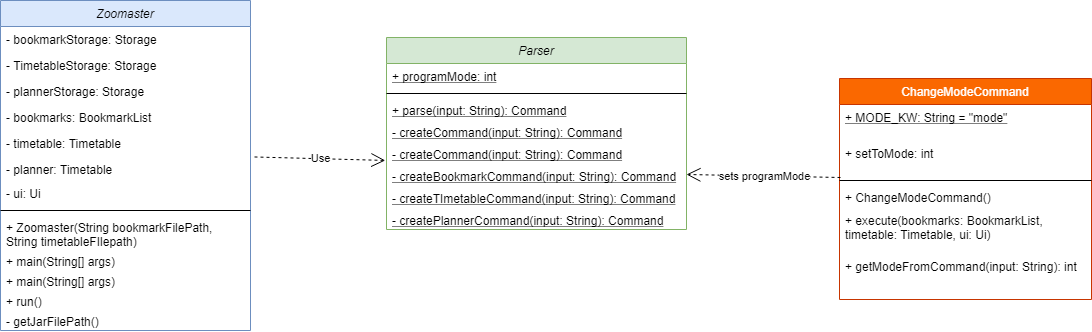
Earlier version of the draw.io export docs/diagrams/parser class diagram.png (nus-cs2113-AY2021S1/tp). Source tidied: cells renumbered, new cells last; positions are measured from the earlier drawing's top-left corner, leaving out a move shared by most shapes.
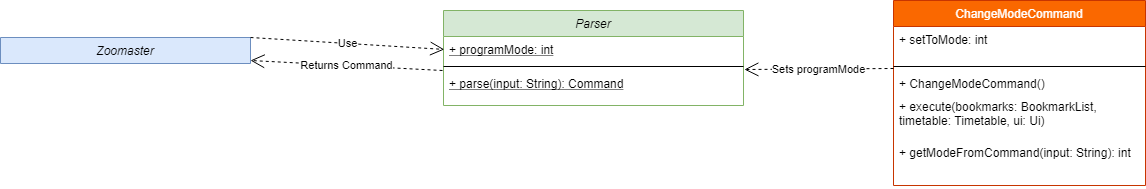
After the change.

Commit message:
Signed-off-by: tys <tanyushing@outlook.sg>

Change to the diagram source:
```diff
@@ -3,49 +3,10 @@
     <mxCell id="0" />
     <mxCell id="1" parent="0" />
     <mxCell id="2" value="Zoomaster" style="swimlane;fontStyle=2;align=center;verticalAlign=top;horizontal=1;startSize=26;rounded=0;shadow=0;strokeWidth=1;fillColor=#dae8fc;strokeColor=#6c8ebf;" parent="1" vertex="1">
-      <mxGeometry width="250" height="330" as="geometry" />
+      <mxGeometry x="-59" y="148" width="250" height="26" as="geometry" />
     </mxCell>
-    <mxCell id="3" value="- bookmarkStorage: Storage" style="text;align=left;verticalAlign=top;spacingLeft=4;spacingRight=4;overflow=hidden;" parent="2" vertex="1">
-      <mxGeometry y="26" width="250" height="26" as="geometry" />
-    </mxCell>
-    <mxCell id="4" value="- TimetableStorage: Storage" style="text;align=left;verticalAlign=top;spacingLeft=4;spacingRight=4;overflow=hidden;rounded=0;shadow=0;html=0;" parent="2" vertex="1">
-      <mxGeometry y="52" width="250" height="26" as="geometry" />
-    </mxCell>
-    <mxCell id="5" value="- plannerStorage: Storage" style="text;align=left;verticalAlign=top;spacingLeft=4;spacingRight=4;overflow=hidden;rounded=0;shadow=0;html=0;" parent="2" vertex="1">
-      <mxGeometry y="78" width="250" height="26" as="geometry" />
-    </mxCell>
-    <mxCell id="6" value="- bookmarks: BookmarkList" style="text;align=left;verticalAlign=top;spacingLeft=4;spacingRight=4;overflow=hidden;rounded=0;shadow=0;html=0;" parent="2" vertex="1">
-      <mxGeometry y="104" width="250" height="26" as="geometry" />
-    </mxCell>
-    <mxCell id="7" value="- timetable: Timetable" style="text;align=left;verticalAlign=top;spacingLeft=4;spacingRight=4;overflow=hidden;rounded=0;shadow=0;html=0;" parent="2" vertex="1">
-      <mxGeometry y="130" width="250" height="26" as="geometry" />
-    </mxCell>
-    <mxCell id="8" value="- planner: Timetable" style="text;align=left;verticalAlign=top;spacingLeft=4;spacingRight=4;overflow=hidden;points=[[0,0.5],[1,0.5]];portConstraint=eastwest;rounded=0;shadow=0;html=0;" parent="2" vertex="1">
-      <mxGeometry y="156" width="250" height="24" as="geometry" />
-    </mxCell>
-    <mxCell id="9" value="- ui: Ui" style="text;align=left;verticalAlign=top;spacingLeft=4;spacingRight=4;overflow=hidden;rounded=0;shadow=0;html=0;" parent="2" vertex="1">
-      <mxGeometry y="180" width="250" height="26" as="geometry" />
-    </mxCell>
-    <mxCell id="10" style="line;html=1;strokeWidth=1;align=left;verticalAlign=middle;spacingTop=-1;spacingLeft=3;spacingRight=3;labelPosition=right;" parent="2" vertex="1">
-      <mxGeometry y="206" width="250" height="8" as="geometry" />
-    </mxCell>
-    <mxCell id="11" value="+ Zoomaster(String bookmarkFilePath, &#10;String timetableFIlepath)" style="text;align=left;verticalAlign=top;spacingLeft=4;spacingRight=4;overflow=hidden;" parent="2" vertex="1">
-      <mxGeometry y="214" width="250" height="34" as="geometry" />
-    </mxCell>
-    <mxCell id="12" value="+ main(String[] args)" style="text;align=left;verticalAlign=top;spacingLeft=4;spacingRight=4;overflow=hidden;" parent="2" vertex="1">
-      <mxGeometry y="248" width="250" height="20" as="geometry" />
-    </mxCell>
-    <mxCell id="13" value="+ main(String[] args)" style="text;align=left;verticalAlign=top;spacingLeft=4;spacingRight=4;overflow=hidden;" parent="2" vertex="1">
-      <mxGeometry y="268" width="250" height="20" as="geometry" />
-    </mxCell>
-    <mxCell id="14" value="+ run()" style="text;align=left;verticalAlign=top;spacingLeft=4;spacingRight=4;overflow=hidden;" parent="2" vertex="1">
-      <mxGeometry y="288" width="250" height="20" as="geometry" />
-    </mxCell>
-    <mxCell id="15" value="- getJarFilePath()" style="text;align=left;verticalAlign=top;spacingLeft=4;spacingRight=4;overflow=hidden;" parent="2" vertex="1">
-      <mxGeometry y="308" width="250" height="20" as="geometry" />
-    </mxCell>
     <mxCell id="16" value="Parser" style="swimlane;fontStyle=2;align=center;verticalAlign=top;horizontal=1;startSize=26;rounded=0;shadow=0;strokeWidth=1;fillColor=#d5e8d4;strokeColor=#82b366;" parent="1" vertex="1">
-      <mxGeometry x="386" y="37" width="300" height="192" as="geometry" />
+      <mxGeometry x="384" y="121" width="300" height="95" as="geometry" />
     </mxCell>
     <mxCell id="17" value="+ programMode: int" style="text;align=left;verticalAlign=top;spacingLeft=4;spacingRight=4;overflow=hidden;fontStyle=4;" parent="16" vertex="1">
       <mxGeometry y="26" width="300" height="26" as="geometry" />
@@ -56,47 +17,37 @@
     <mxCell id="19" value="+ parse(input: String): Command" style="text;align=left;verticalAlign=top;spacingLeft=4;spacingRight=4;overflow=hidden;points=[[0,0.5],[1,0.5]];portConstraint=eastwest;fontStyle=4;" parent="16" vertex="1">
       <mxGeometry y="60" width="300" height="22" as="geometry" />
     </mxCell>
-    <mxCell id="20" value="- createCommand(input: String): Command" style="text;align=left;verticalAlign=top;spacingLeft=4;spacingRight=4;overflow=hidden;fontStyle=4;" parent="16" vertex="1">
-      <mxGeometry y="82" width="300" height="22" as="geometry" />
-    </mxCell>
-    <mxCell id="21" value="- createCommand(input: String): Command" style="text;align=left;verticalAlign=top;spacingLeft=4;spacingRight=4;overflow=hidden;fontStyle=4;" parent="16" vertex="1">
-      <mxGeometry y="104" width="300" height="22" as="geometry" />
-    </mxCell>
-    <mxCell id="22" value="- createBookmarkCommand(input: String): Command" style="text;align=left;verticalAlign=top;spacingLeft=4;spacingRight=4;overflow=hidden;points=[[0,0.5],[1,0.5]];portConstraint=eastwest;fontStyle=4;" parent="16" vertex="1">
-      <mxGeometry y="126" width="300" height="22" as="geometry" />
-    </mxCell>
-    <mxCell id="23" value="- createTImetableCommand(input: String): Command" style="text;align=left;verticalAlign=top;spacingLeft=4;spacingRight=4;overflow=hidden;fontStyle=4;" parent="16" vertex="1">
-      <mxGeometry y="148" width="300" height="22" as="geometry" />
-    </mxCell>
-    <mxCell id="24" value="- createPlannerCommand(input: String): Command" style="text;align=left;verticalAlign=top;spacingLeft=4;spacingRight=4;overflow=hidden;fontStyle=4;" parent="16" vertex="1">
-      <mxGeometry y="170" width="300" height="22" as="geometry" />
-    </mxCell>
-    <mxCell id="25" value="Use" style="endArrow=open;endSize=12;dashed=1;html=1;exitX=1.016;exitY=0.02;exitDx=0;exitDy=0;exitPerimeter=0;entryX=-0.004;entryY=-0.139;entryDx=0;entryDy=0;entryPerimeter=0;" parent="1" edge="1" source="8" target="22">
-      <mxGeometry relative="1" as="geometry" />
+    <mxCell id="25" value="Use" style="endArrow=open;endSize=12;dashed=1;html=1;entryX=-0.004;entryY=-0.139;entryDx=0;entryDy=0;entryPerimeter=0;exitX=1;exitY=0;exitDx=0;exitDy=0;" parent="1" edge="1" source="2">
+      <mxGeometry relative="1" as="geometry">
+        <mxPoint x="384.8" y="159.9" as="targetPoint" />
+      </mxGeometry>
     </mxCell>
     <mxCell id="26" value="ChangeModeCommand" style="swimlane;fontStyle=0;align=center;verticalAlign=top;horizontal=1;startSize=26;rounded=0;shadow=0;strokeWidth=1;fillColor=#fa6800;strokeColor=#C73500;fontColor=#ffffff;" parent="1" vertex="1">
-      <mxGeometry x="839" y="78" width="252" height="221" as="geometry" />
+      <mxGeometry x="834" y="111" width="252" height="185" as="geometry" />
     </mxCell>
-    <mxCell id="27" value="+ MODE_KW: String = &quot;mode&quot;&#10;" style="text;align=left;verticalAlign=top;spacingLeft=4;spacingRight=4;overflow=hidden;rounded=0;shadow=0;html=0;fontStyle=4;" parent="26" vertex="1">
-      <mxGeometry y="26" width="252" height="36" as="geometry" />
-    </mxCell>
     <mxCell id="28" value="+ setToMode: int" style="text;align=left;verticalAlign=top;spacingLeft=4;spacingRight=4;overflow=hidden;rounded=0;shadow=0;html=0;fontStyle=0;" parent="26" vertex="1">
-      <mxGeometry y="62" width="252" height="36" as="geometry" />
+      <mxGeometry y="26" width="252" height="36" as="geometry" />
     </mxCell>
     <mxCell id="29" style="line;html=1;strokeWidth=1;align=left;verticalAlign=middle;spacingTop=-1;spacingLeft=3;spacingRight=3;labelPosition=right;points=[];portConstraint=eastwest;" parent="26" vertex="1">
-      <mxGeometry y="98" width="252" height="8" as="geometry" />
+      <mxGeometry y="62" width="252" height="8" as="geometry" />
     </mxCell>
     <mxCell id="30" value="+ ChangeModeCommand()" style="text;align=left;verticalAlign=top;spacingLeft=4;spacingRight=4;overflow=hidden;points=[[0,0.5],[1,0.5]];portConstraint=eastwest;" parent="26" vertex="1">
-      <mxGeometry y="106" width="252" height="23" as="geometry" />
+      <mxGeometry y="70" width="252" height="23" as="geometry" />
     </mxCell>
     <mxCell id="31" value="+ execute(bookmarks: BookmarkList, &#10;timetable: Timetable, ui: Ui)" style="text;align=left;verticalAlign=top;spacingLeft=4;spacingRight=4;overflow=hidden;" parent="26" vertex="1">
-      <mxGeometry y="129" width="252" height="46" as="geometry" />
+      <mxGeometry y="93" width="252" height="46" as="geometry" />
     </mxCell>
     <mxCell id="32" value="+ getModeFromCommand(input: String): int" style="text;align=left;verticalAlign=top;spacingLeft=4;spacingRight=4;overflow=hidden;" parent="26" vertex="1">
-      <mxGeometry y="175" width="252" height="46" as="geometry" />
+      <mxGeometry y="139" width="252" height="46" as="geometry" />
     </mxCell>
-    <mxCell id="33" value="sets programMode" style="endArrow=open;endSize=12;dashed=1;html=1;exitX=0.004;exitY=0.125;exitDx=0;exitDy=0;entryX=1;entryY=0.5;entryDx=0;entryDy=0;exitPerimeter=0;" parent="1" edge="1" source="29" target="22">
+    <mxCell id="33" value="Sets programMode" style="endArrow=open;endSize=12;dashed=1;html=1;exitX=0;exitY=-0.087;exitDx=0;exitDy=0;entryX=1.003;entryY=-0.045;entryDx=0;entryDy=0;entryPerimeter=0;exitPerimeter=0;" parent="1" edge="1" source="30" target="19">
       <mxGeometry relative="1" as="geometry" />
     </mxCell>
+    <mxCell id="34" value="Returns Command" style="endArrow=open;endSize=12;dashed=1;html=1;exitX=-0.01;exitY=0.818;exitDx=0;exitDy=0;exitPerimeter=0;" parent="1" edge="1">
+      <mxGeometry relative="1" as="geometry">
+        <mxPoint x="383" y="181" as="sourcePoint" />
+        <mxPoint x="191" y="171" as="targetPoint" />
+      </mxGeometry>
+    </mxCell>
   </root>
 </mxGraphModel>
```
